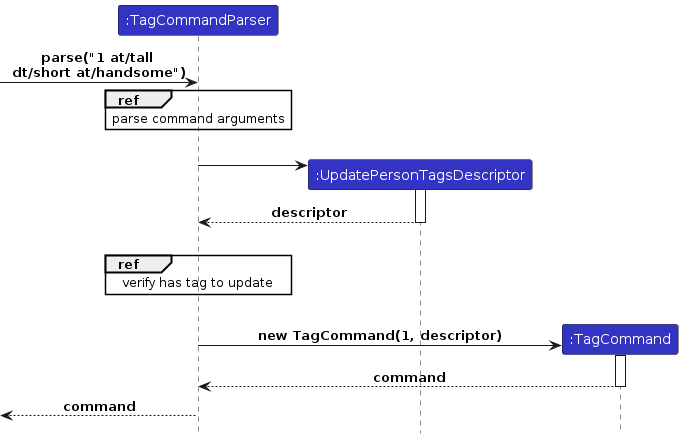
Before: diagrams/tag-feature/ParseSequenceDiagram.png, a diagram exported from PlantUML (yucongkoo/tp). Its source is kept beside it as diagrams/tag-feature/ParseSequenceDiagram.puml.
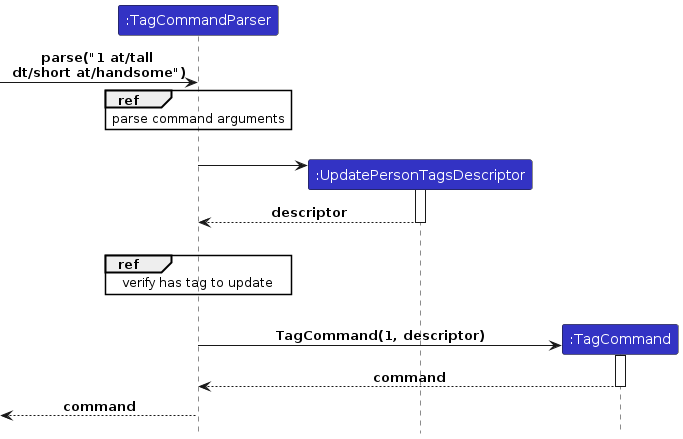
The same file after the commit.

The edit, as a diff of the source:
```diff
@@ -17,7 +17,7 @@
 ref over TagCommandParser: verify has tag to update
 |||
 create TagCommand
-    TagCommandParser -> TagCommand: new TagCommand(1, descriptor)
+    TagCommandParser -> TagCommand: TagCommand(1, descriptor)
     activate TagCommand
     return command
     [<--TagCommandParser : command
```
